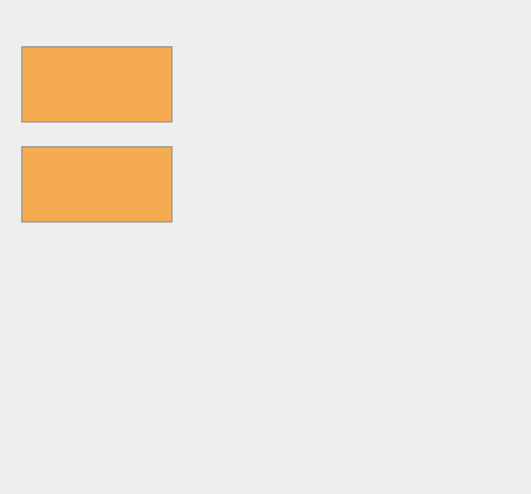
This is 未命名绘图.drawio from oldKing997/diagramsRepository, a draw.io file, before an edit. Source tidied: cells renumbered, new cells numbered last; positions are measured from the earlier drawing's top-left corner, leaving out a move shared by most shapes. Both pictures are drawn from the tidied source at 125%, with x=0, y=0 at pixel (21, 46).
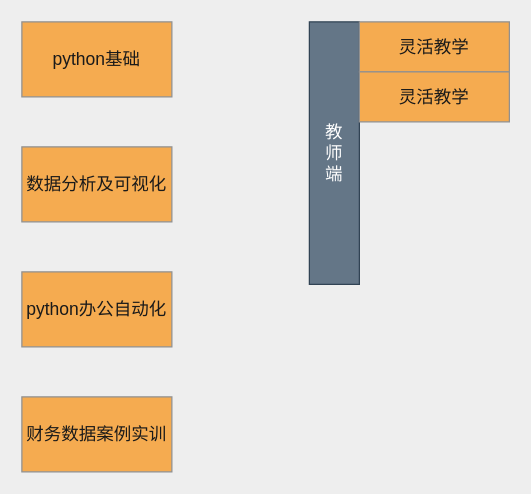
The same diagram, later.

What changed in the source:
```diff
@@
 <mxGraphModel background="#EEEEEE">
   <root>
     <mxCell id="0" />
     <mxCell id="1" parent="0" />
-    <mxCell id="2" style="rounded=0;whiteSpace=wrap;html=1;fillColor=#F5AB50;strokeColor=#909090;fontColor=#1A1A1A;" parent="1" vertex="1">
-      <mxGeometry width="120" height="60" as="geometry" />
+    <mxCell id="2" value="python基础" style="rounded=0;whiteSpace=wrap;html=1;fillColor=#F5AB50;strokeColor=#909090;fontColor=#1A1A1A;fontSize=14;" parent="1" vertex="1">
+      <mxGeometry y="-20" width="120" height="60" as="geometry" />
     </mxCell>
-    <mxCell id="3" style="rounded=0;whiteSpace=wrap;html=1;sketch=0;fontColor=#1A1A1A;strokeColor=#909090;fillColor=#F5AB50;" parent="1" vertex="1">
+    <mxCell id="3" value="数据分析及可视化" style="rounded=0;whiteSpace=wrap;html=1;sketch=0;fontColor=#1A1A1A;strokeColor=#909090;fillColor=#F5AB50;fontSize=14;" parent="1" vertex="1">
       <mxGeometry y="80" width="120" height="60" as="geometry" />
     </mxCell>
+    <mxCell id="4" value="python办公自动化" style="rounded=0;whiteSpace=wrap;html=1;sketch=0;fontColor=#1A1A1A;strokeColor=#909090;fillColor=#F5AB50;fontSize=14;" parent="1" vertex="1">
+      <mxGeometry y="180" width="120" height="60" as="geometry" />
+    </mxCell>
+    <mxCell id="5" value="财务数据案例实训" style="rounded=0;whiteSpace=wrap;html=1;sketch=0;fontColor=#1A1A1A;strokeColor=#909090;fillColor=#F5AB50;fontSize=14;" parent="1" vertex="1">
+      <mxGeometry y="280" width="120" height="60" as="geometry" />
+    </mxCell>
+    <mxCell id="6" value="教&lt;br style=&quot;font-size: 14px;&quot;&gt;师&lt;br style=&quot;font-size: 14px;&quot;&gt;端" style="rounded=0;whiteSpace=wrap;html=1;sketch=0;align=center;verticalAlign=middle;fillColor=#647687;strokeColor=#314354;fontSize=14;fontColor=#ffffff;" parent="1" vertex="1">
+      <mxGeometry x="230" y="-20" width="40" height="210" as="geometry" />
+    </mxCell>
+    <mxCell id="7" value="灵活教学" style="rounded=0;whiteSpace=wrap;html=1;sketch=0;fontSize=14;fontColor=#1A1A1A;strokeColor=#909090;fillColor=#F5AB50;align=center;verticalAlign=middle;" parent="1" vertex="1">
+      <mxGeometry x="270" y="-20" width="120" height="40" as="geometry" />
+    </mxCell>
+    <mxCell id="8" value="灵活教学" style="rounded=0;whiteSpace=wrap;html=1;sketch=0;fontSize=14;fontColor=#1A1A1A;strokeColor=#909090;fillColor=#F5AB50;align=center;verticalAlign=middle;" parent="1" vertex="1">
+      <mxGeometry x="270" y="20" width="120" height="40" as="geometry" />
+    </mxCell>
   </root>
 </mxGraphModel>
```
